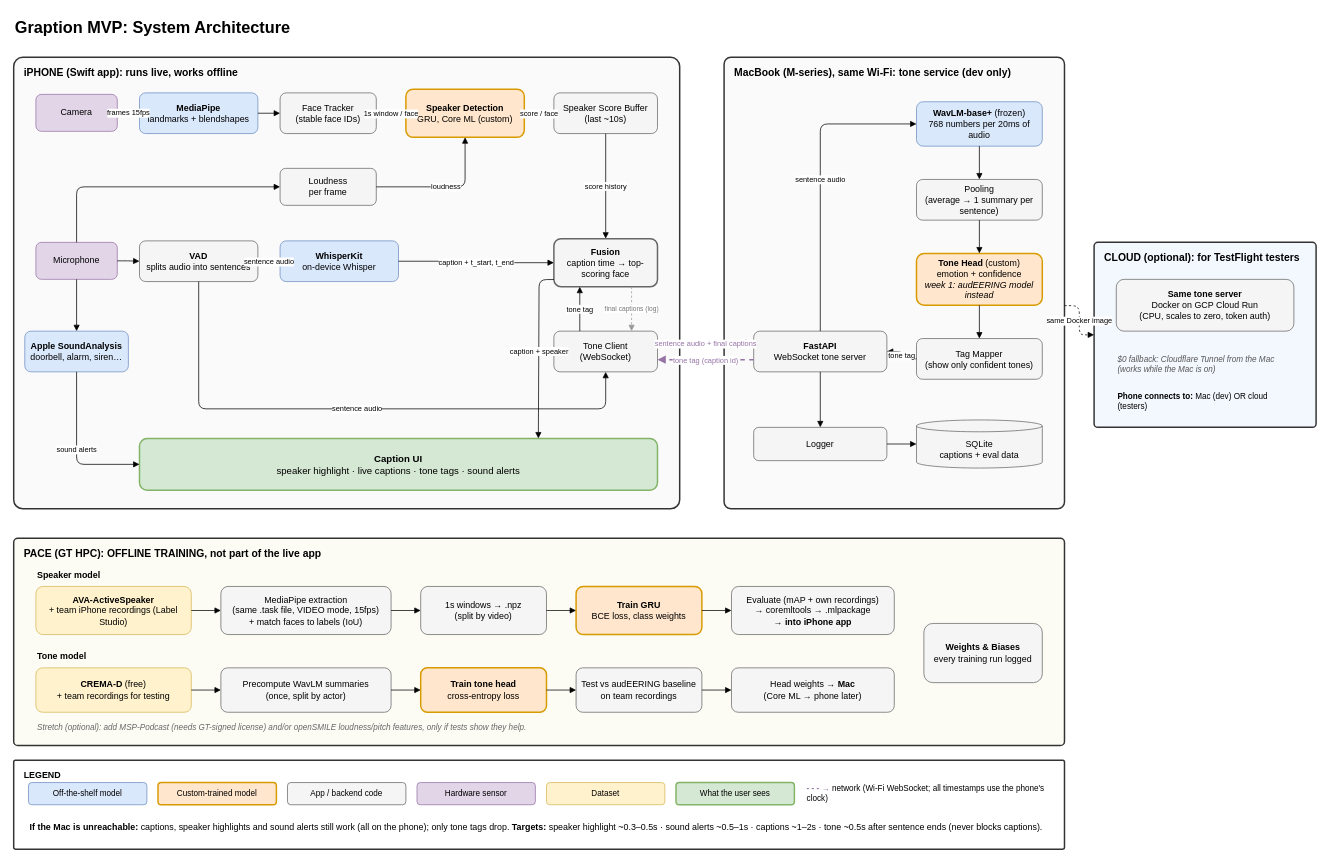
Before: docs/graption-architecture-v4.drawio in gt-big-data/graption, a draw.io diagram. Source tidied: cells renumbered, new cells numbered last; positions are measured from the earlier drawing's top-left corner, leaving out a move shared by most shapes. Both pictures are drawn from the tidied source at 74%, with x=0, y=0 at pixel (13, 13).
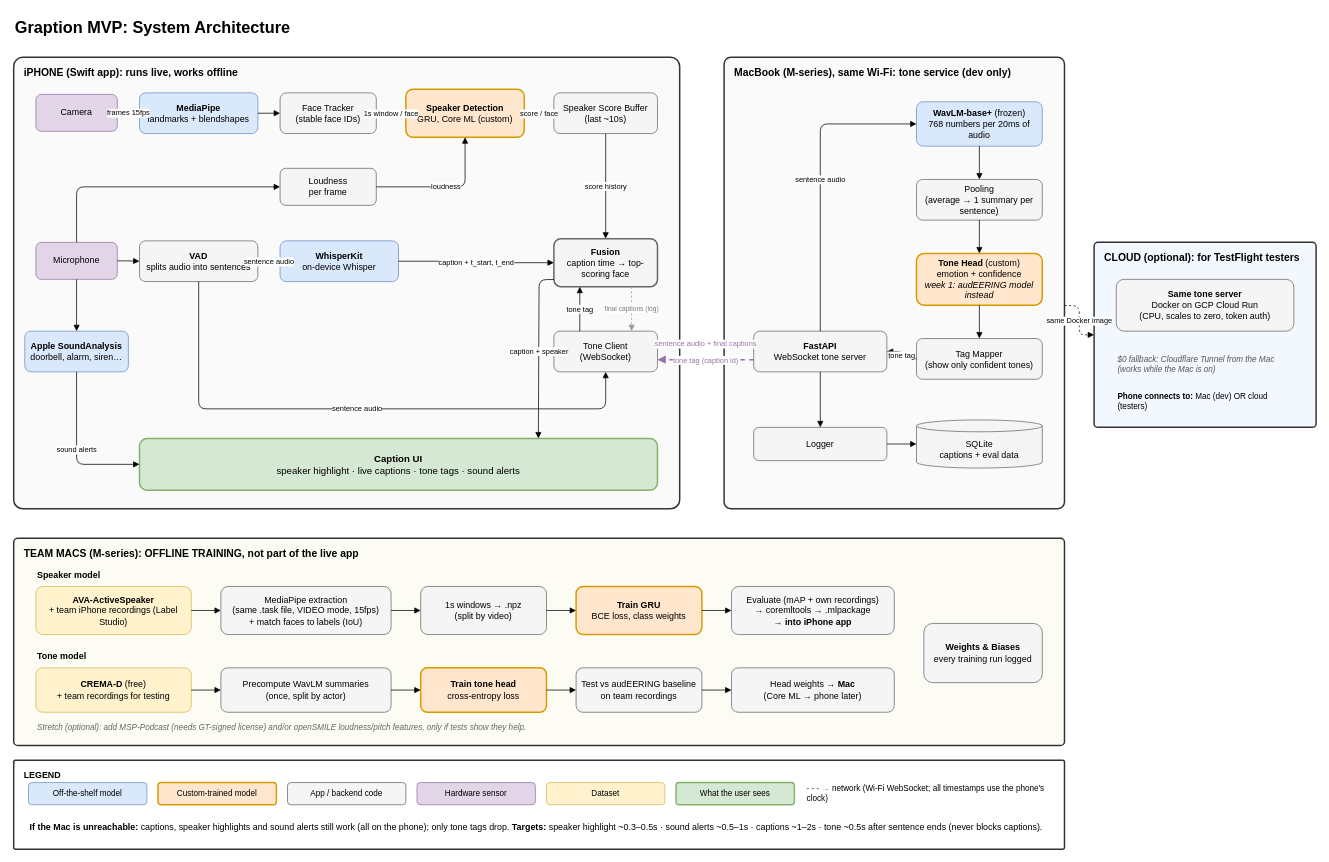
The same diagram, later.

Commit message (it also covers changes not shown here):
Remove PACE from docs: train on team Macs, data in shared Drive

What changed in the source:
```diff
@@
-    <mxCell id="5" value="PACE (GT HPC): OFFLINE TRAINING, not part of the live app" style="rounded=1;arcSize=2;whiteSpace=wrap;html=1;fillColor=#fcfcf5;strokeColor=#333333;strokeWidth=2;verticalAlign=top;align=left;spacingLeft=12;spacingTop=6;fontStyle=1;fontSize=14;" parent="1" vertex="1">
+    <mxCell id="5" value="TEAM MACS (M-series): OFFLINE TRAINING, not part of the live app" style="rounded=1;arcSize=2;whiteSpace=wrap;html=1;fillColor=#fcfcf5;strokeColor=#333333;strokeWidth=2;verticalAlign=top;align=left;spacingLeft=12;spacingTop=6;fontStyle=1;fontSize=14;" parent="1" vertex="1">
       <mxGeometry y="710" width="1420" height="280" as="geometry" />
     </mxCell>
```
